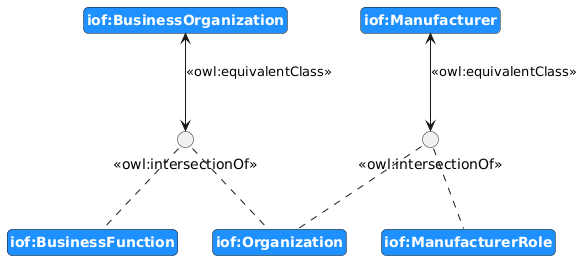
The PlantUML diagram scenarios/different-type-organizations/image/different-type-organizations-schema.png in iofoundry/IOF-Core-Pattern-v2, before a commit. Source of this version:
```plantuml
@startuml
!include https://raw.githubusercontent.com/iofoundry/ontopuml/main/iof.iuml
oClass(iof:Organization)
oClass(iof:BusinessOrganization)
oClass(iof:Manufacturer)
oClass(iof:BusinessFunction)
oClass(iof:ManufacturerRole)

equiIntersection(iof:BusinessOrganization,'["iof:Organization","iof:BusinessFunction"]', down)
equiIntersection(iof:Manufacturer,'["iof:Organization","iof:ManufacturerRole"]', down)
@enduml
```
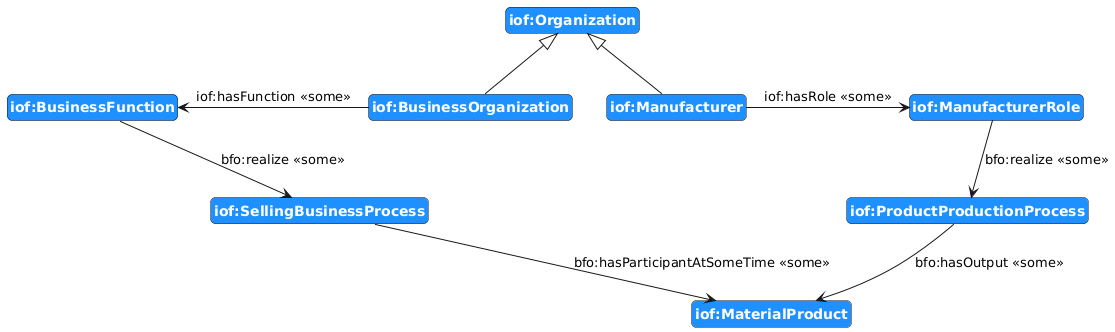
After the commit.

Change to the diagram source:
```diff
@@ -1,11 +1,27 @@
 @startuml
 !include https://raw.githubusercontent.com/iofoundry/ontopuml/main/iof.iuml
-oClass(iof:Organization)
-oClass(iof:BusinessOrganization)
-oClass(iof:Manufacturer)
-oClass(iof:BusinessFunction)
-oClass(iof:ManufacturerRole)
+class(c1, iof:Organization)
+class(c2, iof:BusinessOrganization)
+class(c3, iof:BusinessFunction)
+class(c4, iof:SellingBusinessProcess)
 
-equiIntersection(iof:BusinessOrganization,'["iof:Organization","iof:BusinessFunction"]', down)
-equiIntersection(iof:Manufacturer,'["iof:Organization","iof:ManufacturerRole"]', down)
+class(c5, iof:Manufacturer)
+class(c6, iof:ManufacturerRole)
+class(c7, iof:ProductProductionProcess)
+
+class(c8, iof:MaterialProduct)
+
+
+subClass(c2, c1)
+subClass(c5, c1)
+
+
+
+xSome(c2,iof:hasFunction, c3,"",left)
+xSome(c3, bfo:realize, c4,"", down)
+xSome(c4, bfo:hasParticipantAtSomeTime, c8,"", down)
+
+xSome(c5,iof:hasRole, c6,"", right)
+xSome(c6, bfo:realize, c7,"", down)
+xSome(c7, bfo:hasOutput, c8,"", down)
 @enduml
```
